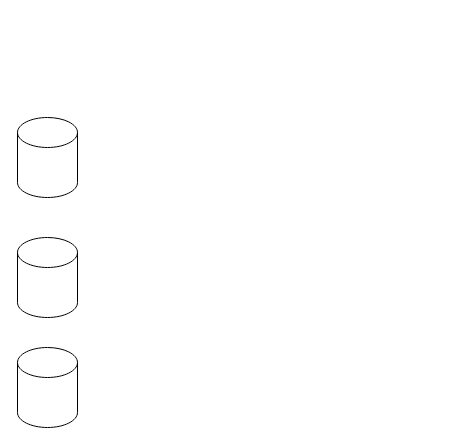
Earlier version of the draw.io diagram Untitled Diagram.drawio (JordanMartz/Jordan). Source tidied: cells renumbered, new cells numbered last; positions are measured from the earlier drawing's top-left corner, leaving out a move shared by most shapes. Both pictures are drawn from the tidied source at 100%, with x=0, y=0 at pixel (17, 117).
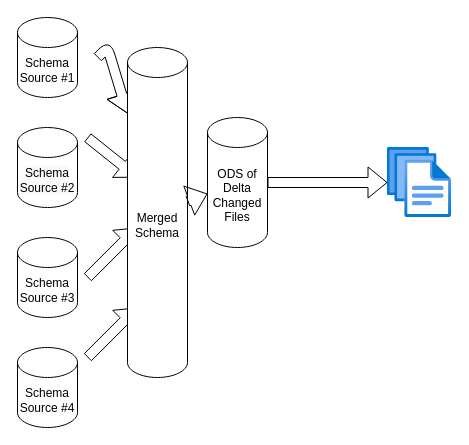
The same page after the edit.

What changed in the source:
```diff
@@
 <mxGraphModel>
   <root>
     <mxCell id="0" />
     <mxCell id="1" parent="0" />
-    <mxCell id="2" style="shape=cylinder3;whiteSpace=wrap;html=1;boundedLbl=1;backgroundOutline=1;size=15;" parent="1" vertex="1">
-      <mxGeometry width="60" height="80" as="geometry" />
+    <mxCell id="2" value="&lt;span style=&quot;color: rgb(0 , 0 , 0) ; font-family: &amp;#34;helvetica&amp;#34; ; font-size: 12px ; font-style: normal ; font-weight: 400 ; letter-spacing: normal ; text-align: center ; text-indent: 0px ; text-transform: none ; word-spacing: 0px ; background-color: rgb(248 , 249 , 250) ; display: inline ; float: none&quot;&gt;Schema&lt;/span&gt;&lt;br style=&quot;color: rgb(0 , 0 , 0) ; font-family: &amp;#34;helvetica&amp;#34; ; font-size: 12px ; font-style: normal ; font-weight: 400 ; letter-spacing: normal ; text-align: center ; text-indent: 0px ; text-transform: none ; word-spacing: 0px ; background-color: rgb(248 , 249 , 250)&quot;&gt;&lt;span style=&quot;color: rgb(0 , 0 , 0) ; font-family: &amp;#34;helvetica&amp;#34; ; font-size: 12px ; font-style: normal ; font-weight: 400 ; letter-spacing: normal ; text-align: center ; text-indent: 0px ; text-transform: none ; word-spacing: 0px ; background-color: rgb(248 , 249 , 250) ; display: inline ; float: none&quot;&gt;Source #2&lt;/span&gt;" style="shape=cylinder3;whiteSpace=wrap;html=1;boundedLbl=1;backgroundOutline=1;size=15;" parent="1" vertex="1">
+      <mxGeometry y="10" width="60" height="80" as="geometry" />
     </mxCell>
-    <mxCell id="3" style="shape=cylinder3;whiteSpace=wrap;html=1;boundedLbl=1;backgroundOutline=1;size=15;" parent="1" vertex="1">
+    <mxCell id="3" value="&lt;span&gt;Schema&lt;/span&gt;&lt;br&gt;&lt;span&gt;Source #3&lt;/span&gt;" style="shape=cylinder3;whiteSpace=wrap;html=1;boundedLbl=1;backgroundOutline=1;size=15;" parent="1" vertex="1">
       <mxGeometry y="120" width="60" height="80" as="geometry" />
     </mxCell>
-    <mxCell id="4" style="shape=cylinder3;whiteSpace=wrap;html=1;boundedLbl=1;backgroundOutline=1;size=15;" parent="1" vertex="1">
+    <mxCell id="4" value="&lt;span&gt;Schema&lt;/span&gt;&lt;br&gt;&lt;span&gt;Source #4&lt;/span&gt;" style="shape=cylinder3;whiteSpace=wrap;html=1;boundedLbl=1;backgroundOutline=1;size=15;" parent="1" vertex="1">
       <mxGeometry y="230" width="60" height="80" as="geometry" />
     </mxCell>
+    <mxCell id="5" value="Schema&lt;br&gt;Source #1" style="shape=cylinder3;whiteSpace=wrap;html=1;boundedLbl=1;backgroundOutline=1;size=15;" parent="1" vertex="1">
+      <mxGeometry y="-100" width="60" height="80" as="geometry" />
+    </mxCell>
+    <mxCell id="6" style="shape=flexArrow;endArrow=classic;html=1;" parent="1" edge="1">
+      <mxGeometry relative="1" as="geometry">
+        <mxPoint x="70" y="240" as="sourcePoint" />
+        <mxPoint x="120" y="190" as="targetPoint" />
+      </mxGeometry>
+    </mxCell>
+    <mxCell id="7" style="shape=flexArrow;endArrow=classic;html=1;" parent="1" edge="1">
+      <mxGeometry relative="1" as="geometry">
+        <mxPoint x="70" y="160" as="sourcePoint" />
+        <mxPoint x="120" y="110" as="targetPoint" />
+      </mxGeometry>
+    </mxCell>
+    <mxCell id="8" style="shape=flexArrow;endArrow=classic;html=1;" parent="1" edge="1">
+      <mxGeometry relative="1" as="geometry">
+        <mxPoint x="70" y="20" as="sourcePoint" />
+        <mxPoint x="120" y="60" as="targetPoint" />
+      </mxGeometry>
+    </mxCell>
+    <mxCell id="9" style="shape=flexArrow;endArrow=classic;html=1;" parent="1" edge="1" target="10">
+      <mxGeometry relative="1" as="geometry">
+        <mxPoint x="80" y="-60" as="sourcePoint" />
+        <Array as="points">
+          <mxPoint x="90" y="-70" />
+        </Array>
+      </mxGeometry>
+    </mxCell>
+    <mxCell id="10" value="Merged Schema" style="shape=cylinder3;whiteSpace=wrap;html=1;boundedLbl=1;backgroundOutline=1;size=15;" parent="1" vertex="1">
+      <mxGeometry x="110" y="-70" width="60" height="330" as="geometry" />
+    </mxCell>
+    <mxCell id="11" style="shape=flexArrow;endArrow=classic;html=1;" parent="1" edge="1" source="10" target="12">
+      <mxGeometry relative="1" as="geometry" />
+    </mxCell>
+    <mxCell id="12" value="ODS of Delta Changed Files" style="shape=cylinder3;whiteSpace=wrap;html=1;boundedLbl=1;backgroundOutline=1;size=15;" parent="1" vertex="1">
+      <mxGeometry x="190" width="60" height="130" as="geometry" />
+    </mxCell>
+    <mxCell id="13" style="html=1;points=[];align=center;image;fontSize=12;image=img/lib/azure2/general/Files.svg;" parent="1" vertex="1">
+      <mxGeometry x="370" y="30" width="64" height="70" as="geometry" />
+    </mxCell>
+    <mxCell id="14" style="shape=flexArrow;endArrow=classic;html=1;exitX=1;exitY=0.5;exitDx=0;exitDy=0;exitPerimeter=0;" parent="1" edge="1" source="12" target="13">
+      <mxGeometry relative="1" as="geometry" />
+    </mxCell>
   </root>
 </mxGraphModel>
```
